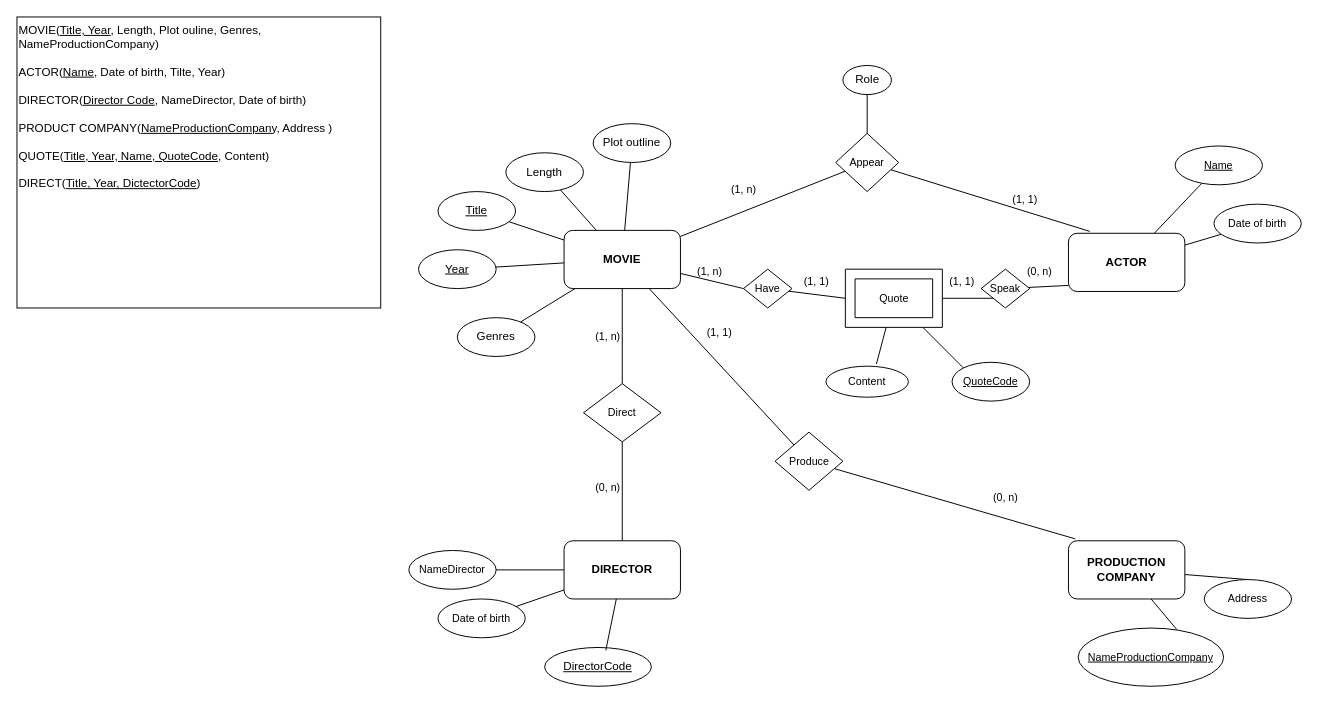
phuongman/BTVN_CSDL keeps this draw.io diagram as MOVIE.drawio. Above is the earlier version. Source tidied: cells renumbered, new cells numbered last; positions are measured from the earlier drawing's top-left corner, leaving out a move shared by most shapes. Both pictures are drawn from the tidied source at 97%, with x=0, y=0 at pixel (16, 16).
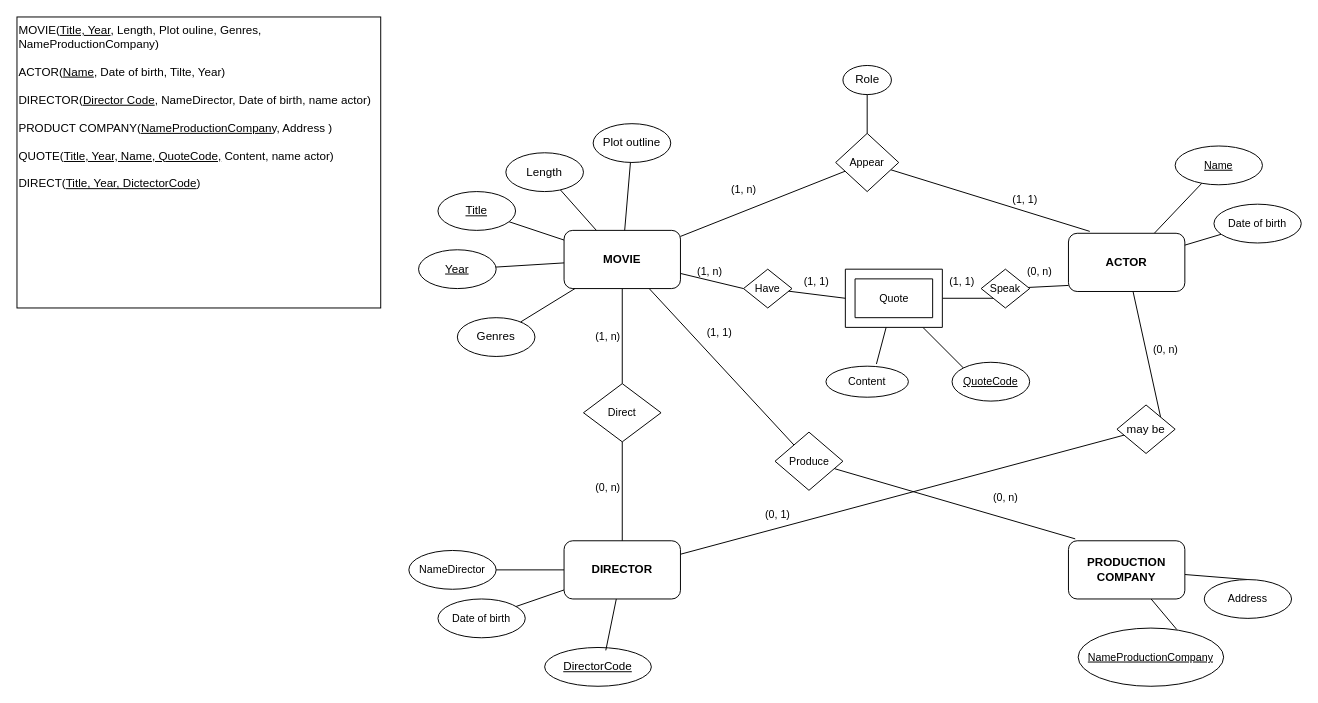
Above is the later version.

Unchanged cells that the change refers to:
```xml
<mxCell id="10" value="&lt;b&gt;DIRECTOR&lt;/b&gt;" style="rounded=1;whiteSpace=wrap;html=1;" parent="1" vertex="1">
  <mxGeometry x="564" y="540" width="120" height="60" as="geometry" />
</mxCell>
<mxCell id="15" value="&lt;b&gt;ACTOR&lt;/b&gt;" style="rounded=1;whiteSpace=wrap;html=1;" parent="1" vertex="1">
  <mxGeometry x="1084" y="223" width="120" height="60" as="geometry" />
</mxCell>
```

Change to the diagram source:
```diff
@@
+    <mxCell id="65" style="rounded=0;jettySize=auto;html=1;endArrow=none;endFill=0;" parent="1" edge="1" source="10" target="67">
+      <mxGeometry relative="1" as="geometry" />
+    </mxCell>
@@
-    <mxCell id="62" value="MOVIE(&lt;u&gt;Title, Year&lt;/u&gt;, Length, Plot ouline, Genres, NameProductionCompany)&lt;br&gt;&lt;br&gt;ACTOR(&lt;u&gt;Name&lt;/u&gt;, Date of birth, Tilte, Year)&lt;br&gt;&lt;br&gt;DIRECTOR(&lt;u&gt;Director Code&lt;/u&gt;, NameDirector, Date of birth)&lt;br&gt;&lt;br&gt;PRODUCT COMPANY(&lt;u&gt;NameProductionCompany,&lt;/u&gt; Address )&lt;br&gt;&lt;br&gt;QUOTE(&lt;u&gt;Title, Year, Name, QuoteCode,&lt;/u&gt; Content)&lt;br&gt;&lt;br&gt;DIRECT(&lt;u&gt;Title, Year, DictectorCode&lt;/u&gt;)" style="rounded=0;whiteSpace=wrap;html=1;verticalAlign=top;align=left;" parent="1" vertex="1">
+    <mxCell id="62" value="MOVIE(&lt;u&gt;Title, Year&lt;/u&gt;, Length, Plot ouline, Genres, NameProductionCompany)&lt;br&gt;&lt;br&gt;ACTOR(&lt;u&gt;Name&lt;/u&gt;, Date of birth, Tilte, Year)&lt;br&gt;&lt;br&gt;DIRECTOR(&lt;u&gt;Director Code&lt;/u&gt;, NameDirector, Date of birth, name actor)&lt;br&gt;&lt;br&gt;PRODUCT COMPANY(&lt;u&gt;NameProductionCompany,&lt;/u&gt; Address )&lt;br&gt;&lt;br&gt;QUOTE(&lt;u&gt;Title, Year, Name, QuoteCode,&lt;/u&gt; Content, name actor)&lt;br&gt;&lt;br&gt;DIRECT(&lt;u&gt;Title, Year, DictectorCode&lt;/u&gt;)" style="rounded=0;whiteSpace=wrap;html=1;verticalAlign=top;align=left;" parent="1" vertex="1">
       <mxGeometry width="375" height="300" as="geometry" />
     </mxCell>
@@
+    <mxCell id="66" style="edgeStyle=none;shape=connector;rounded=0;jettySize=auto;html=1;labelBackgroundColor=default;strokeColor=default;align=center;verticalAlign=middle;fontFamily=Helvetica;fontSize=11;fontColor=default;endArrow=none;endFill=0;exitX=1;exitY=0;exitDx=0;exitDy=0;" parent="1" edge="1" source="67" target="15">
+      <mxGeometry relative="1" as="geometry" />
+    </mxCell>
+    <mxCell id="67" value="may be" style="rhombus;whiteSpace=wrap;html=1;" parent="1" vertex="1">
+      <mxGeometry x="1134" y="400" width="60" height="50" as="geometry" />
+    </mxCell>
+    <mxCell id="68" value="(0, 1)" style="text;html=1;align=center;verticalAlign=middle;strokeColor=none;fillColor=none;fontSize=11;fontFamily=Helvetica;fontColor=default;" parent="1" vertex="1">
+      <mxGeometry x="759" y="498" width="50" height="30" as="geometry" />
+    </mxCell>
+    <mxCell id="69" value="(0, n)" style="text;html=1;align=center;verticalAlign=middle;strokeColor=none;fillColor=none;fontSize=11;fontFamily=Helvetica;fontColor=default;" parent="1" vertex="1">
+      <mxGeometry x="1159" y="328" width="50" height="30" as="geometry" />
+    </mxCell>
```
